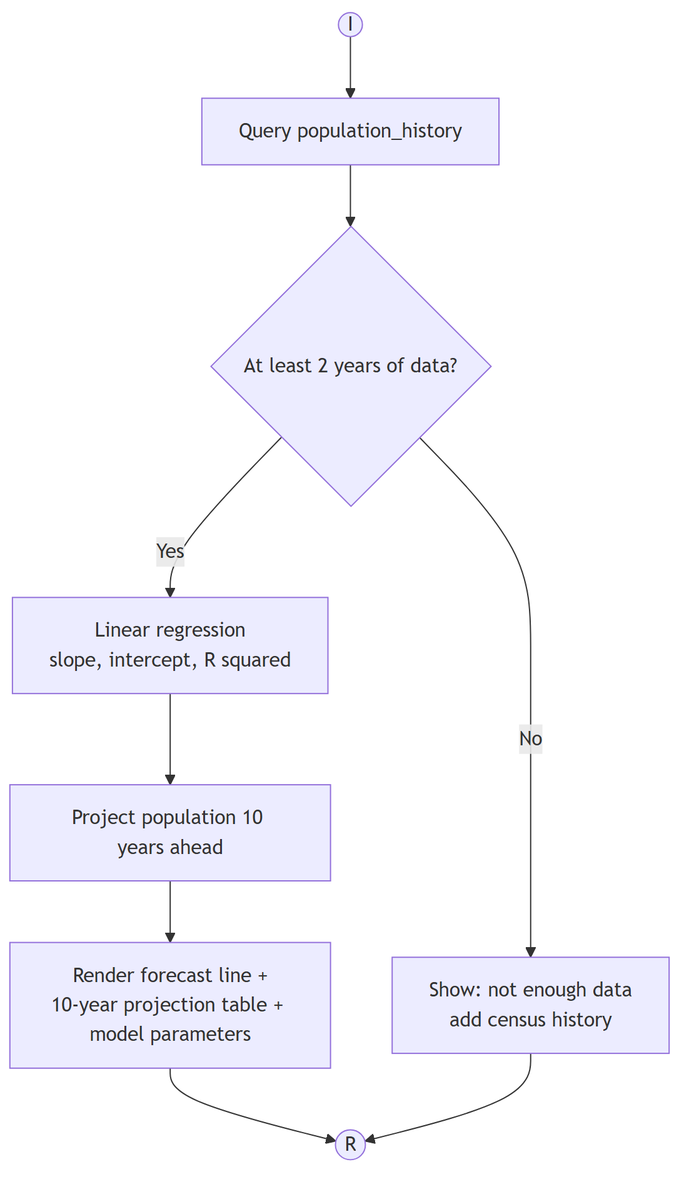
Above: diagrams/modules/predictive_growth.png in KellyEspera/protect (Mermaid), before the change. Its source is kept beside it as diagrams/modules/predictive_growth.mmd.
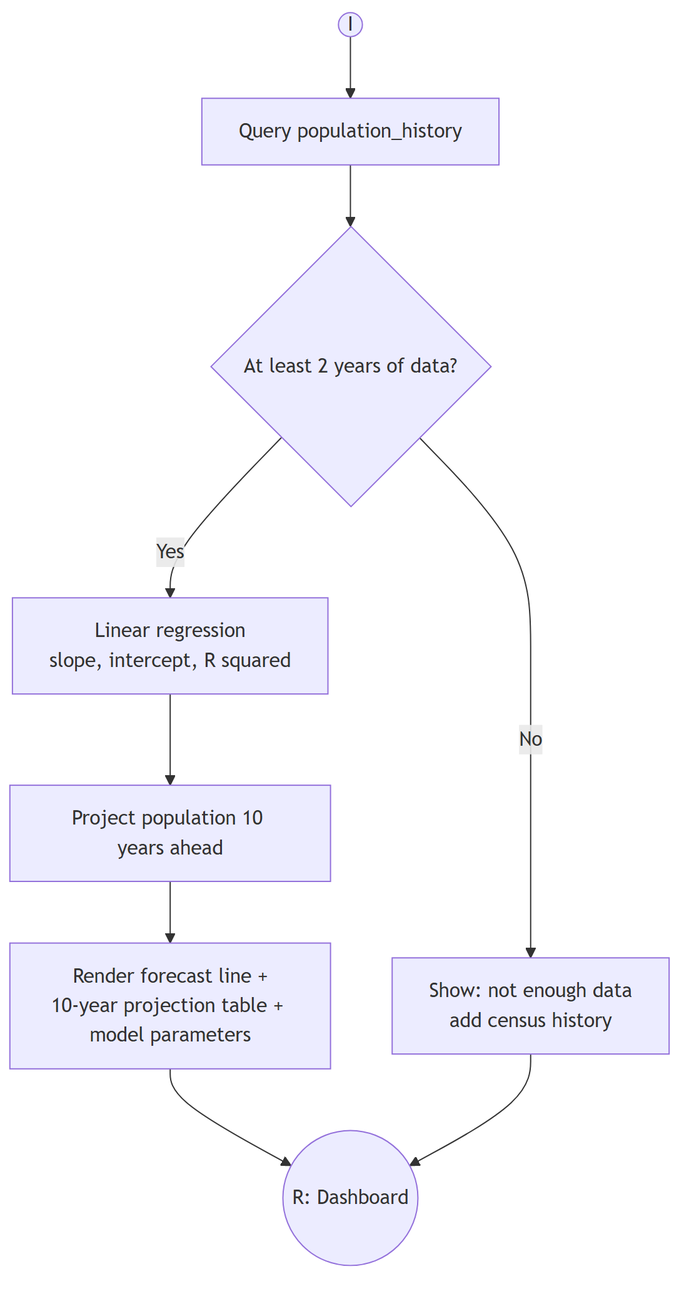
Later version of the same file.

The edit, as a diff of the source:
```diff
@@ -5,5 +5,5 @@
     Check -- Yes --> Reg[Linear regression<br/>slope, intercept, R squared]
     Reg --> Proj[Project population 10 years ahead]
     Proj --> Render[Render forecast line +<br/>10-year projection table + model parameters]
-    Render --> R((R))
+    Render --> R((R: Dashboard))
     Empty --> R
```
